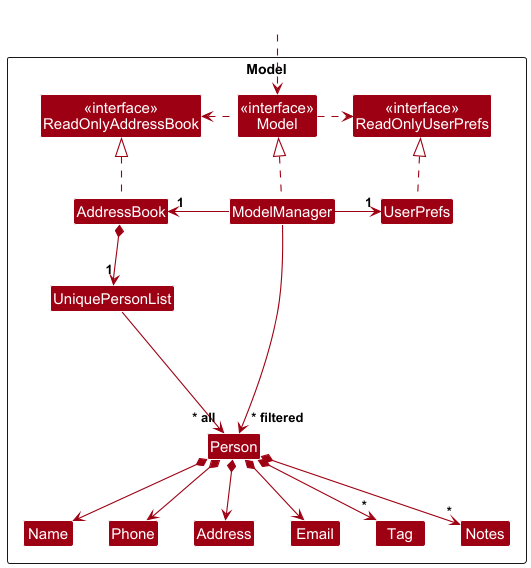
Earlier version of the PlantUML export docs/images/ModelClassDiagram.png (nus-cs2103-AY2425S1/tp).
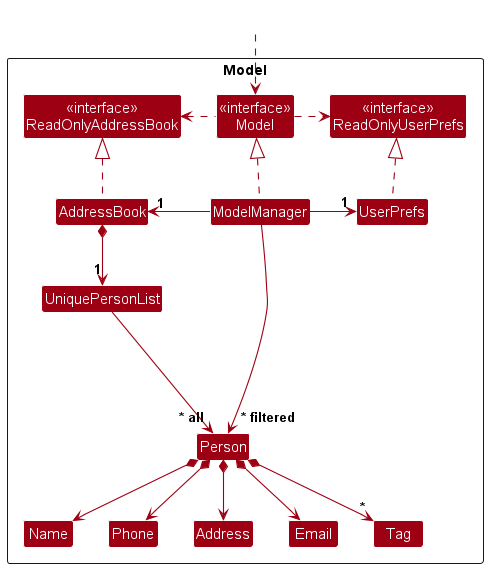
Above is the later version.

Commit message:
Revert "Update Class Diagrams in the DG"

What changed in the source:
```diff
@@ -19,7 +19,6 @@
 Class Name
 Class Phone
 Class Tag
-Class Notes
 
 Class I #FFFFFF
 }
@@ -43,7 +42,6 @@
 Person *--> Email
 Person *--> Address
 Person *--> "*" Tag
-Person *--> "*" Notes
 
 Person -[hidden]up--> I
 UniquePersonList -[hidden]right-> I
```
